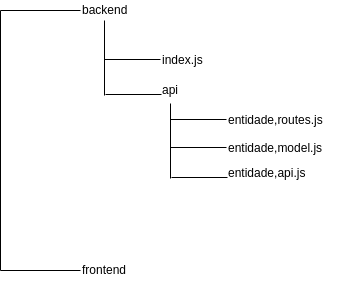
Before: images/diretorios.png, a diagram exported from draw.io (joaoassisb/calendario-escolar). Source tidied: cells renumbered, new cells last; positions are measured from the earlier drawing's top-left corner, leaving out a move shared by most shapes.
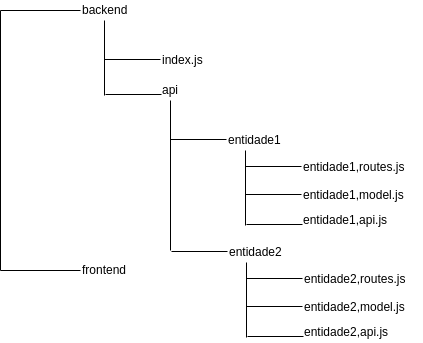
Later version of the same file.

Commit message:
fix: altera imagem de árvore dos diretórios

Change to the diagram source:
```diff
@@ -37,36 +37,36 @@
     </mxCell>
     <mxCell id="9" style="endArrow=none;html=1;" parent="1" edge="1">
       <mxGeometry relative="1" as="geometry">
-        <mxPoint x="170" y="178" as="sourcePoint" />
-        <mxPoint x="170" y="103" as="targetPoint" />
+        <mxPoint x="245" y="225" as="sourcePoint" />
+        <mxPoint x="245" y="150" as="targetPoint" />
       </mxGeometry>
     </mxCell>
     <mxCell id="10" style="endArrow=none;html=1;" parent="1" edge="1">
       <mxGeometry relative="1" as="geometry">
-        <mxPoint x="226" y="147" as="sourcePoint" />
-        <mxPoint x="170" y="147" as="targetPoint" />
+        <mxPoint x="301" y="194" as="sourcePoint" />
+        <mxPoint x="245" y="194" as="targetPoint" />
       </mxGeometry>
     </mxCell>
     <mxCell id="11" style="endArrow=none;html=1;" parent="1" edge="1">
       <mxGeometry relative="1" as="geometry">
-        <mxPoint x="227" y="177" as="sourcePoint" />
-        <mxPoint x="171" y="177" as="targetPoint" />
+        <mxPoint x="302" y="224" as="sourcePoint" />
+        <mxPoint x="246" y="224" as="targetPoint" />
       </mxGeometry>
     </mxCell>
-    <mxCell id="12" value="entidade,api.js&lt;br&gt;" style="text;html=1;align=left;verticalAlign=top;spacingTop=-4;" parent="1" vertex="1">
-      <mxGeometry x="226" y="163" width="90" height="20" as="geometry" />
+    <mxCell id="12" value="entidade1,api.js&lt;br&gt;" style="text;html=1;align=left;verticalAlign=top;spacingTop=-4;" parent="1" vertex="1">
+      <mxGeometry x="301" y="210" width="100" height="20" as="geometry" />
     </mxCell>
     <mxCell id="13" style="endArrow=none;html=1;" parent="1" edge="1">
       <mxGeometry relative="1" as="geometry">
-        <mxPoint x="226" y="119" as="sourcePoint" />
-        <mxPoint x="170" y="119" as="targetPoint" />
+        <mxPoint x="301" y="166" as="sourcePoint" />
+        <mxPoint x="245" y="166" as="targetPoint" />
       </mxGeometry>
     </mxCell>
-    <mxCell id="14" value="entidade,model.js&lt;br&gt;" style="text;html=1;align=left;verticalAlign=top;spacingTop=-4;" parent="1" vertex="1">
-      <mxGeometry x="226" y="138" width="110" height="20" as="geometry" />
+    <mxCell id="14" value="entidade1,model.js&lt;br&gt;" style="text;html=1;align=left;verticalAlign=top;spacingTop=-4;" parent="1" vertex="1">
+      <mxGeometry x="301" y="185" width="120" height="20" as="geometry" />
     </mxCell>
-    <mxCell id="15" value="entidade,routes.js&lt;br&gt;" style="text;html=1;align=left;verticalAlign=top;spacingTop=-4;" parent="1" vertex="1">
-      <mxGeometry x="226" y="110" width="110" height="20" as="geometry" />
+    <mxCell id="15" value="entidade1,routes.js&lt;br&gt;" style="text;html=1;align=left;verticalAlign=top;spacingTop=-4;" parent="1" vertex="1">
+      <mxGeometry x="301" y="157" width="120" height="20" as="geometry" />
     </mxCell>
     <mxCell id="16" style="endArrow=none;html=1;" parent="1" edge="1">
       <mxGeometry relative="1" as="geometry">
@@ -83,5 +83,62 @@
         <mxPoint y="270" as="targetPoint" />
       </mxGeometry>
     </mxCell>
+    <mxCell id="19" style="endArrow=none;html=1;" parent="1" edge="1">
+      <mxGeometry relative="1" as="geometry">
+        <mxPoint x="170" y="250" as="sourcePoint" />
+        <mxPoint x="170" y="100" as="targetPoint" />
+      </mxGeometry>
+    </mxCell>
+    <mxCell id="20" style="endArrow=none;html=1;" parent="1" edge="1">
+      <mxGeometry relative="1" as="geometry">
+        <mxPoint x="226" y="139" as="sourcePoint" />
+        <mxPoint x="170" y="139" as="targetPoint" />
+      </mxGeometry>
+    </mxCell>
+    <mxCell id="21" value="entidade1&lt;br&gt;" style="text;html=1;align=left;verticalAlign=top;spacingTop=-4;" parent="1" vertex="1">
+      <mxGeometry x="226" y="130" width="70" height="20" as="geometry" />
+    </mxCell>
+    <mxCell id="22" style="endArrow=none;html=1;" parent="1" edge="1">
+      <mxGeometry relative="1" as="geometry">
+        <mxPoint x="246" y="337" as="sourcePoint" />
+        <mxPoint x="246" y="262" as="targetPoint" />
+      </mxGeometry>
+    </mxCell>
+    <mxCell id="23" style="endArrow=none;html=1;" parent="1" edge="1">
+      <mxGeometry relative="1" as="geometry">
+        <mxPoint x="302" y="306" as="sourcePoint" />
+        <mxPoint x="246" y="306" as="targetPoint" />
+      </mxGeometry>
+    </mxCell>
+    <mxCell id="24" style="endArrow=none;html=1;" parent="1" edge="1">
+      <mxGeometry relative="1" as="geometry">
+        <mxPoint x="303" y="336" as="sourcePoint" />
+        <mxPoint x="247" y="336" as="targetPoint" />
+      </mxGeometry>
+    </mxCell>
+    <mxCell id="25" value="entidade2,api.js&lt;br&gt;" style="text;html=1;align=left;verticalAlign=top;spacingTop=-4;" parent="1" vertex="1">
+      <mxGeometry x="302" y="322" width="100" height="20" as="geometry" />
+    </mxCell>
+    <mxCell id="26" style="endArrow=none;html=1;" parent="1" edge="1">
+      <mxGeometry relative="1" as="geometry">
+        <mxPoint x="302" y="278" as="sourcePoint" />
+        <mxPoint x="246" y="278" as="targetPoint" />
+      </mxGeometry>
+    </mxCell>
+    <mxCell id="27" value="entidade2,model.js&lt;br&gt;" style="text;html=1;align=left;verticalAlign=top;spacingTop=-4;" parent="1" vertex="1">
+      <mxGeometry x="302" y="297" width="120" height="20" as="geometry" />
+    </mxCell>
+    <mxCell id="28" value="entidade2,routes.js&lt;br&gt;" style="text;html=1;align=left;verticalAlign=top;spacingTop=-4;" parent="1" vertex="1">
+      <mxGeometry x="302" y="269" width="120" height="20" as="geometry" />
+    </mxCell>
+    <mxCell id="29" style="endArrow=none;html=1;" parent="1" edge="1">
+      <mxGeometry relative="1" as="geometry">
+        <mxPoint x="227" y="251" as="sourcePoint" />
+        <mxPoint x="171" y="251" as="targetPoint" />
+      </mxGeometry>
+    </mxCell>
+    <mxCell id="30" value="entidade2&lt;br&gt;" style="text;html=1;align=left;verticalAlign=top;spacingTop=-4;" parent="1" vertex="1">
+      <mxGeometry x="227" y="242" width="70" height="20" as="geometry" />
+    </mxCell>
   </root>
 </mxGraphModel>
```
